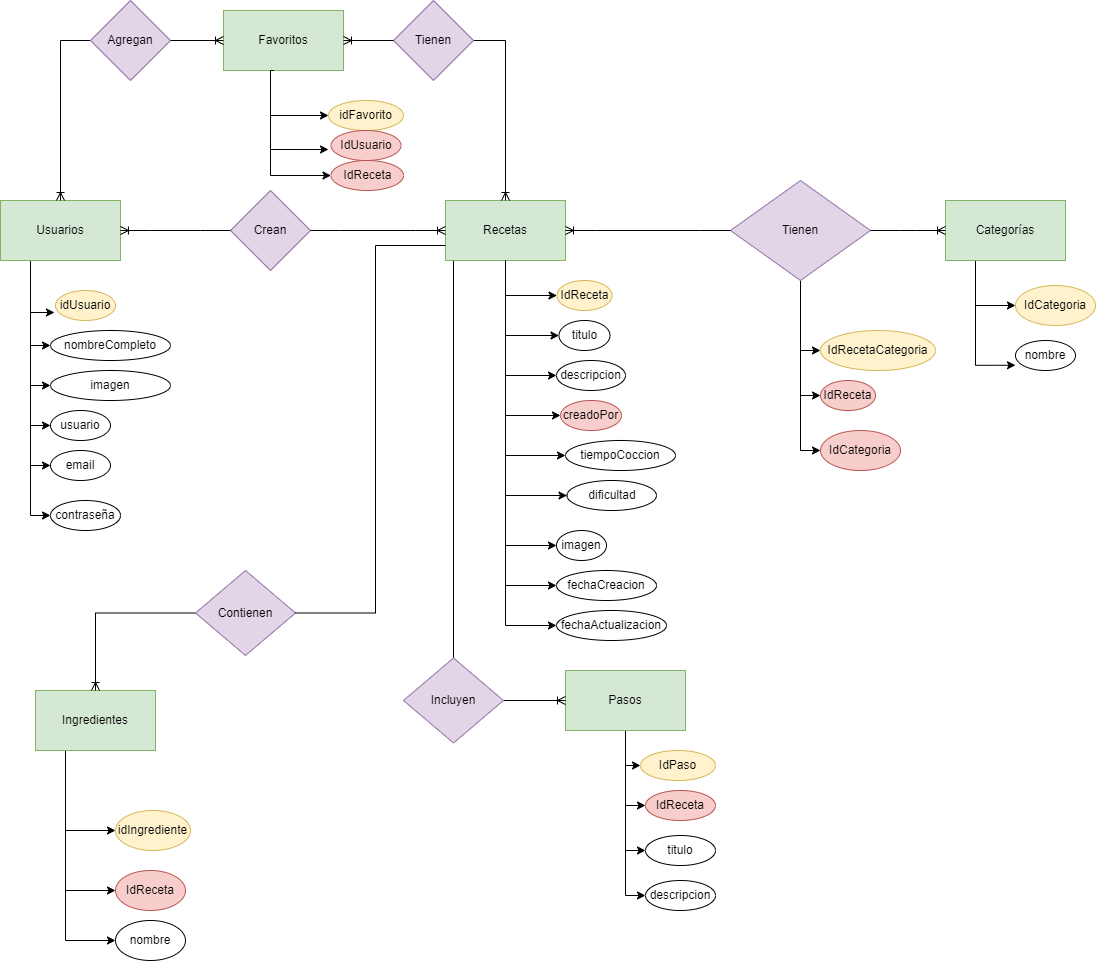
This is Documentacion/DER Avocado.png from Nervios-de-Acero/tesis-avocado, a draw.io export, as it was before one commit. Source tidied: cells renumbered, new cells last; positions are measured from the earlier drawing's top-left corner, leaving out a move shared by most shapes.
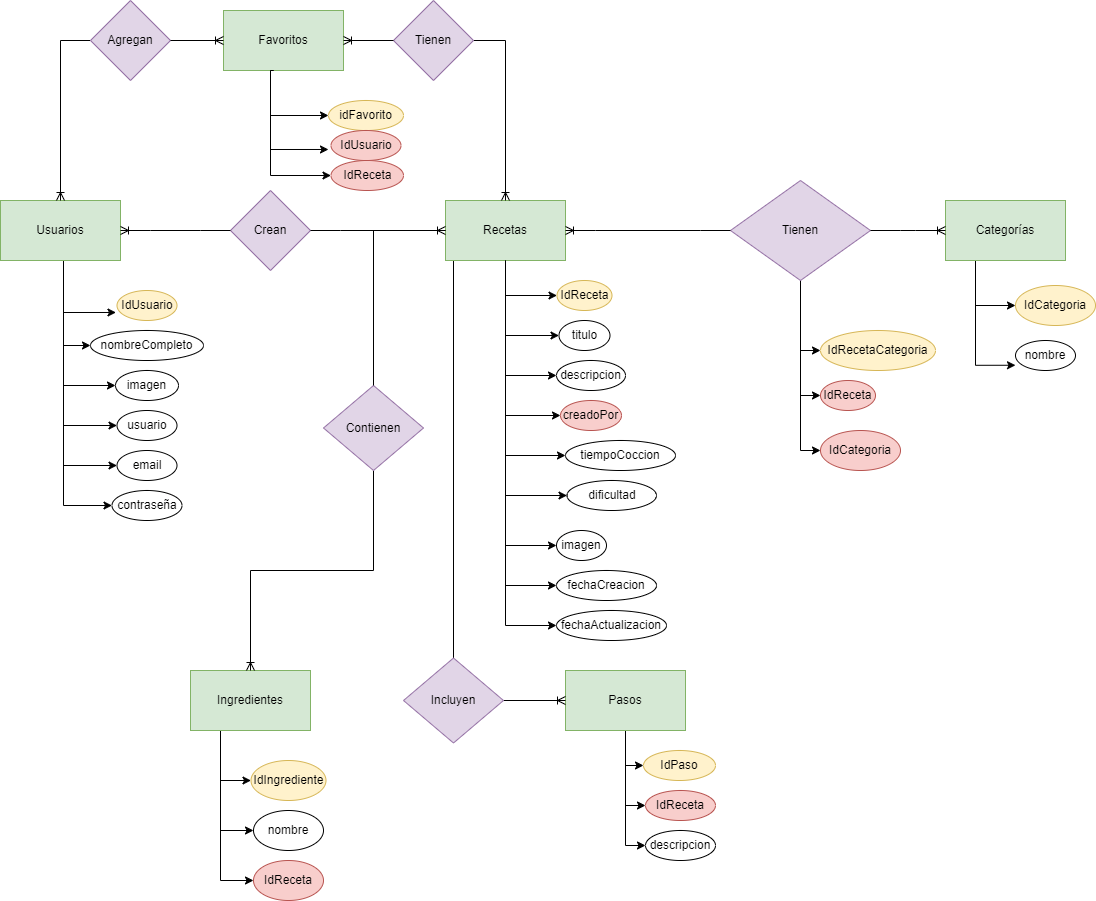
After the change.

Diff of the diagram source:
```diff
@@ -3,22 +3,52 @@
     <mxCell id="0" />
     <mxCell id="1" parent="0" />
     <mxCell id="2" style="edgeStyle=orthogonalEdgeStyle;rounded=0;jettySize=auto;html=1;exitX=0.25;exitY=1;exitDx=0;exitDy=0;entryX=-0.017;entryY=0.733;entryDx=0;entryDy=0;entryPerimeter=0;" parent="1" edge="1" source="8" target="27">
-      <mxGeometry relative="1" as="geometry" />
+      <mxGeometry relative="1" as="geometry">
+        <Array as="points">
+          <mxPoint x="63" y="260" />
+          <mxPoint x="63" y="312" />
+        </Array>
+      </mxGeometry>
     </mxCell>
     <mxCell id="3" style="edgeStyle=orthogonalEdgeStyle;rounded=0;jettySize=auto;html=1;exitX=0.25;exitY=1;exitDx=0;exitDy=0;entryX=0;entryY=0.5;entryDx=0;entryDy=0;" parent="1" edge="1" source="8" target="28">
-      <mxGeometry relative="1" as="geometry" />
+      <mxGeometry relative="1" as="geometry">
+        <Array as="points">
+          <mxPoint x="63" y="260" />
+          <mxPoint x="63" y="425" />
+        </Array>
+      </mxGeometry>
     </mxCell>
     <mxCell id="4" style="edgeStyle=orthogonalEdgeStyle;rounded=0;jettySize=auto;html=1;exitX=0.25;exitY=1;exitDx=0;exitDy=0;entryX=0;entryY=0.5;entryDx=0;entryDy=0;" parent="1" edge="1" source="8" target="29">
-      <mxGeometry relative="1" as="geometry" />
+      <mxGeometry relative="1" as="geometry">
+        <Array as="points">
+          <mxPoint x="63" y="260" />
+          <mxPoint x="63" y="465" />
+        </Array>
+      </mxGeometry>
     </mxCell>
     <mxCell id="5" style="edgeStyle=orthogonalEdgeStyle;rounded=0;jettySize=auto;html=1;exitX=0.25;exitY=1;exitDx=0;exitDy=0;entryX=0;entryY=0.5;entryDx=0;entryDy=0;" parent="1" edge="1" source="8" target="30">
-      <mxGeometry relative="1" as="geometry" />
+      <mxGeometry relative="1" as="geometry">
+        <Array as="points">
+          <mxPoint x="63" y="260" />
+          <mxPoint x="63" y="505" />
+        </Array>
+      </mxGeometry>
     </mxCell>
     <mxCell id="6" style="edgeStyle=orthogonalEdgeStyle;rounded=0;jettySize=auto;html=1;exitX=0.25;exitY=1;exitDx=0;exitDy=0;entryX=0;entryY=0.5;entryDx=0;entryDy=0;" parent="1" edge="1" source="8" target="73">
-      <mxGeometry relative="1" as="geometry" />
+      <mxGeometry relative="1" as="geometry">
+        <Array as="points">
+          <mxPoint x="63" y="260" />
+          <mxPoint x="63" y="345" />
+        </Array>
+      </mxGeometry>
     </mxCell>
     <mxCell id="7" style="edgeStyle=orthogonalEdgeStyle;rounded=0;jettySize=auto;html=1;exitX=0.25;exitY=1;exitDx=0;exitDy=0;entryX=0;entryY=0.5;entryDx=0;entryDy=0;" parent="1" edge="1" source="8" target="74">
-      <mxGeometry relative="1" as="geometry" />
+      <mxGeometry relative="1" as="geometry">
+        <Array as="points">
+          <mxPoint x="63" y="260" />
+          <mxPoint x="63" y="385" />
+        </Array>
+      </mxGeometry>
     </mxCell>
     <mxCell id="8" value="Usuarios" style="rounded=0;whiteSpace=wrap;html=1;fillColor=#d5e8d4;strokeColor=#82b366;" parent="1" vertex="1">
       <mxGeometry y="200" width="120" height="60" as="geometry" />
@@ -90,17 +120,17 @@
     <mxCell id="26" value="Crean" style="rhombus;whiteSpace=wrap;html=1;fillColor=#e1d5e7;strokeColor=#9673a6;" parent="1" vertex="1">
       <mxGeometry x="230" y="190" width="80" height="80" as="geometry" />
     </mxCell>
-    <mxCell id="27" value="idUsuario" style="ellipse;whiteSpace=wrap;html=1;fillColor=#fff2cc;strokeColor=#d6b656;" parent="1" vertex="1">
-      <mxGeometry x="55" y="290" width="60" height="30" as="geometry" />
+    <mxCell id="27" value="IdUsuario" style="ellipse;whiteSpace=wrap;html=1;fillColor=#fff2cc;strokeColor=#d6b656;" parent="1" vertex="1">
+      <mxGeometry x="116.5" y="290" width="60" height="30" as="geometry" />
     </mxCell>
     <mxCell id="28" value="usuario" style="ellipse;whiteSpace=wrap;html=1;" parent="1" vertex="1">
-      <mxGeometry x="50" y="410" width="60" height="30" as="geometry" />
+      <mxGeometry x="116.5" y="410" width="60" height="30" as="geometry" />
     </mxCell>
     <mxCell id="29" value="email" style="ellipse;whiteSpace=wrap;html=1;" parent="1" vertex="1">
-      <mxGeometry x="50" y="450" width="60" height="30" as="geometry" />
+      <mxGeometry x="116.5" y="450" width="60" height="30" as="geometry" />
     </mxCell>
     <mxCell id="30" value="contraseña" style="ellipse;whiteSpace=wrap;html=1;" parent="1" vertex="1">
-      <mxGeometry x="50" y="500" width="70" height="30" as="geometry" />
+      <mxGeometry x="111.5" y="490" width="70" height="30" as="geometry" />
     </mxCell>
     <mxCell id="31" value="IdReceta" style="ellipse;whiteSpace=wrap;html=1;fillColor=#fff2cc;strokeColor=#d6b656;" parent="1" vertex="1">
       <mxGeometry x="556.5" y="280" width="55" height="30" as="geometry" />
@@ -112,22 +142,26 @@
       <mxGeometry relative="1" as="geometry" />
     </mxCell>
     <mxCell id="34" style="edgeStyle=orthogonalEdgeStyle;rounded=0;jettySize=auto;html=1;exitX=0.25;exitY=1;exitDx=0;exitDy=0;entryX=0;entryY=0.5;entryDx=0;entryDy=0;" parent="1" edge="1" source="36" target="37">
-      <mxGeometry relative="1" as="geometry" />
+      <mxGeometry relative="1" as="geometry">
+        <Array as="points">
+          <mxPoint x="220" y="880" />
+        </Array>
+      </mxGeometry>
     </mxCell>
     <mxCell id="35" style="edgeStyle=orthogonalEdgeStyle;rounded=0;jettySize=auto;html=1;exitX=0.25;exitY=1;exitDx=0;exitDy=0;entryX=0;entryY=0.5;entryDx=0;entryDy=0;" parent="1" edge="1" source="36" target="39">
       <mxGeometry relative="1" as="geometry" />
     </mxCell>
     <mxCell id="36" value="Ingredientes" style="rounded=0;whiteSpace=wrap;html=1;fillColor=#d5e8d4;strokeColor=#82b366;" parent="1" vertex="1">
-      <mxGeometry x="35" y="690" width="120" height="60" as="geometry" />
+      <mxGeometry x="190" y="670" width="120" height="60" as="geometry" />
     </mxCell>
     <mxCell id="37" value="IdReceta" style="ellipse;whiteSpace=wrap;html=1;fillColor=#f8cecc;strokeColor=#b85450;" parent="1" vertex="1">
-      <mxGeometry x="115" y="870" width="70" height="40" as="geometry" />
+      <mxGeometry x="253" y="860" width="70" height="40" as="geometry" />
     </mxCell>
-    <mxCell id="38" value="idIngrediente" style="ellipse;whiteSpace=wrap;html=1;fillColor=#fff2cc;strokeColor=#d6b656;" parent="1" vertex="1">
-      <mxGeometry x="115" y="810" width="75" height="40" as="geometry" />
+    <mxCell id="38" value="IdIngrediente" style="ellipse;whiteSpace=wrap;html=1;fillColor=#fff2cc;strokeColor=#d6b656;" parent="1" vertex="1">
+      <mxGeometry x="250.5" y="760" width="75" height="40" as="geometry" />
     </mxCell>
     <mxCell id="39" value="nombre" style="ellipse;whiteSpace=wrap;html=1;" parent="1" vertex="1">
-      <mxGeometry x="115" y="920" width="70" height="40" as="geometry" />
+      <mxGeometry x="253" y="810" width="70" height="40" as="geometry" />
     </mxCell>
     <mxCell id="40" value="creadoPor" style="ellipse;whiteSpace=wrap;html=1;fillColor=#f8cecc;strokeColor=#b85450;" parent="1" vertex="1">
       <mxGeometry x="560" y="400" width="61" height="30" as="geometry" />
@@ -159,11 +193,11 @@
     <mxCell id="49" style="edgeStyle=orthogonalEdgeStyle;rounded=0;jettySize=auto;html=1;entryX=0;entryY=0.5;entryDx=0;entryDy=0;exitX=0.5;exitY=1;exitDx=0;exitDy=0;" parent="1" edge="1" source="17" target="42">
       <mxGeometry relative="1" as="geometry" />
     </mxCell>
-    <mxCell id="50" style="edgeStyle=orthogonalEdgeStyle;rounded=0;jettySize=auto;html=1;exitX=0;exitY=0.5;exitDx=0;exitDy=0;entryX=0.5;entryY=0;entryDx=0;entryDy=0;endArrow=ERoneToMany;endFill=0;" parent="1" edge="1" source="51" target="36">
+    <mxCell id="50" style="edgeStyle=orthogonalEdgeStyle;rounded=0;jettySize=auto;html=1;exitX=0.5;exitY=1;exitDx=0;exitDy=0;entryX=0.5;entryY=0;entryDx=0;entryDy=0;endArrow=ERoneToMany;endFill=0;" parent="1" edge="1" source="51" target="36">
       <mxGeometry relative="1" as="geometry" />
     </mxCell>
     <mxCell id="51" value="Contienen" style="rhombus;whiteSpace=wrap;html=1;fillColor=#e1d5e7;strokeColor=#9673a6;" parent="1" vertex="1">
-      <mxGeometry x="195" y="570" width="100" height="85" as="geometry" />
+      <mxGeometry x="323" y="385" width="100" height="85" as="geometry" />
     </mxCell>
     <mxCell id="52" style="edgeStyle=entityRelationEdgeStyle;fontSize=12;html=1;endArrow=none;rounded=0;exitX=0;exitY=0.5;exitDx=0;exitDy=0;entryX=1;entryY=0.5;entryDx=0;entryDy=0;startArrow=ERoneToMany;startFill=0;endFill=0;" parent="1" edge="1" source="20" target="24">
       <mxGeometry relative="1" as="geometry" />
@@ -181,11 +215,10 @@
     <mxCell id="55" style="edgeStyle=entityRelationEdgeStyle;fontSize=12;html=1;endArrow=none;startArrow=ERoneToMany;rounded=0;entryX=0;entryY=0.5;entryDx=0;entryDy=0;exitX=1;exitY=0.5;exitDx=0;exitDy=0;endFill=0;startFill=0;" parent="1" edge="1" source="8" target="26">
       <mxGeometry relative="1" as="geometry" />
     </mxCell>
-    <mxCell id="56" style="fontSize=12;html=1;endArrow=none;rounded=0;exitX=1;exitY=0.5;exitDx=0;exitDy=0;edgeStyle=orthogonalEdgeStyle;endFill=0;" parent="1" edge="1" source="51" target="17">
+    <mxCell id="56" style="fontSize=12;html=1;endArrow=none;rounded=0;exitX=0.5;exitY=0;exitDx=0;exitDy=0;edgeStyle=orthogonalEdgeStyle;endFill=0;" parent="1" edge="1" source="51" target="17">
       <mxGeometry relative="1" as="geometry">
         <Array as="points">
-          <mxPoint x="375" y="613" />
-          <mxPoint x="375" y="245" />
+          <mxPoint x="373" y="230" />
         </Array>
       </mxGeometry>
     </mxCell>
@@ -208,9 +241,6 @@
     <mxCell id="61" style="edgeStyle=orthogonalEdgeStyle;rounded=0;jettySize=auto;html=1;exitX=0.5;exitY=1;exitDx=0;exitDy=0;entryX=0;entryY=0.5;entryDx=0;entryDy=0;" parent="1" edge="1" source="64" target="66">
       <mxGeometry relative="1" as="geometry" />
     </mxCell>
-    <mxCell id="62" style="edgeStyle=orthogonalEdgeStyle;rounded=0;jettySize=auto;html=1;exitX=0.5;exitY=1;exitDx=0;exitDy=0;entryX=0;entryY=0.5;entryDx=0;entryDy=0;" parent="1" edge="1" source="64" target="67">
-      <mxGeometry relative="1" as="geometry" />
-    </mxCell>
     <mxCell id="63" style="edgeStyle=orthogonalEdgeStyle;rounded=0;jettySize=auto;html=1;exitX=0.5;exitY=1;exitDx=0;exitDy=0;entryX=0;entryY=0.5;entryDx=0;entryDy=0;" parent="1" edge="1" source="64" target="71">
       <mxGeometry relative="1" as="geometry" />
     </mxCell>
@@ -218,14 +248,11 @@
       <mxGeometry x="565" y="670" width="120" height="60" as="geometry" />
     </mxCell>
     <mxCell id="65" value="IdPaso" style="ellipse;whiteSpace=wrap;html=1;fillColor=#fff2cc;strokeColor=#d6b656;" parent="1" vertex="1">
-      <mxGeometry x="640" y="750" width="75" height="30" as="geometry" />
+      <mxGeometry x="643" y="750" width="72" height="30" as="geometry" />
     </mxCell>
     <mxCell id="66" value="IdReceta" style="ellipse;whiteSpace=wrap;html=1;fillColor=#f8cecc;strokeColor=#b85450;" parent="1" vertex="1">
       <mxGeometry x="645" y="790" width="70" height="30" as="geometry" />
     </mxCell>
-    <mxCell id="67" value="titulo" style="ellipse;whiteSpace=wrap;html=1;" parent="1" vertex="1">
-      <mxGeometry x="645" y="835" width="70" height="30" as="geometry" />
-    </mxCell>
     <mxCell id="68" value="idFavorito" style="ellipse;whiteSpace=wrap;html=1;fillColor=#fff2cc;strokeColor=#d6b656;" parent="1" vertex="1">
       <mxGeometry x="328" y="100" width="75" height="30" as="geometry" />
     </mxCell>
@@ -236,16 +263,16 @@
       <mxGeometry x="330.5" y="130" width="70" height="30" as="geometry" />
     </mxCell>
     <mxCell id="71" value="descripcion" style="ellipse;whiteSpace=wrap;html=1;" parent="1" vertex="1">
-      <mxGeometry x="645" y="880" width="70" height="30" as="geometry" />
+      <mxGeometry x="645" y="830" width="70" height="30" as="geometry" />
     </mxCell>
     <mxCell id="72" value="dificultad" style="ellipse;whiteSpace=wrap;html=1;" parent="1" vertex="1">
       <mxGeometry x="566.5" y="480" width="89.5" height="30" as="geometry" />
     </mxCell>
     <mxCell id="73" value="nombreCompleto" style="ellipse;whiteSpace=wrap;html=1;" parent="1" vertex="1">
-      <mxGeometry x="50" y="330" width="120" height="30" as="geometry" />
+      <mxGeometry x="90" y="330" width="113" height="30" as="geometry" />
     </mxCell>
     <mxCell id="74" value="imagen" style="ellipse;whiteSpace=wrap;html=1;" parent="1" vertex="1">
-      <mxGeometry x="50" y="370" width="120" height="30" as="geometry" />
+      <mxGeometry x="115" y="370" width="63" height="30" as="geometry" />
     </mxCell>
     <mxCell id="75" style="edgeStyle=orthogonalEdgeStyle;rounded=0;jettySize=auto;html=1;exitX=1;exitY=0.5;exitDx=0;exitDy=0;endArrow=ERoneToMany;endFill=0;" parent="1" edge="1" source="82" target="17">
       <mxGeometry relative="1" as="geometry" />
```
